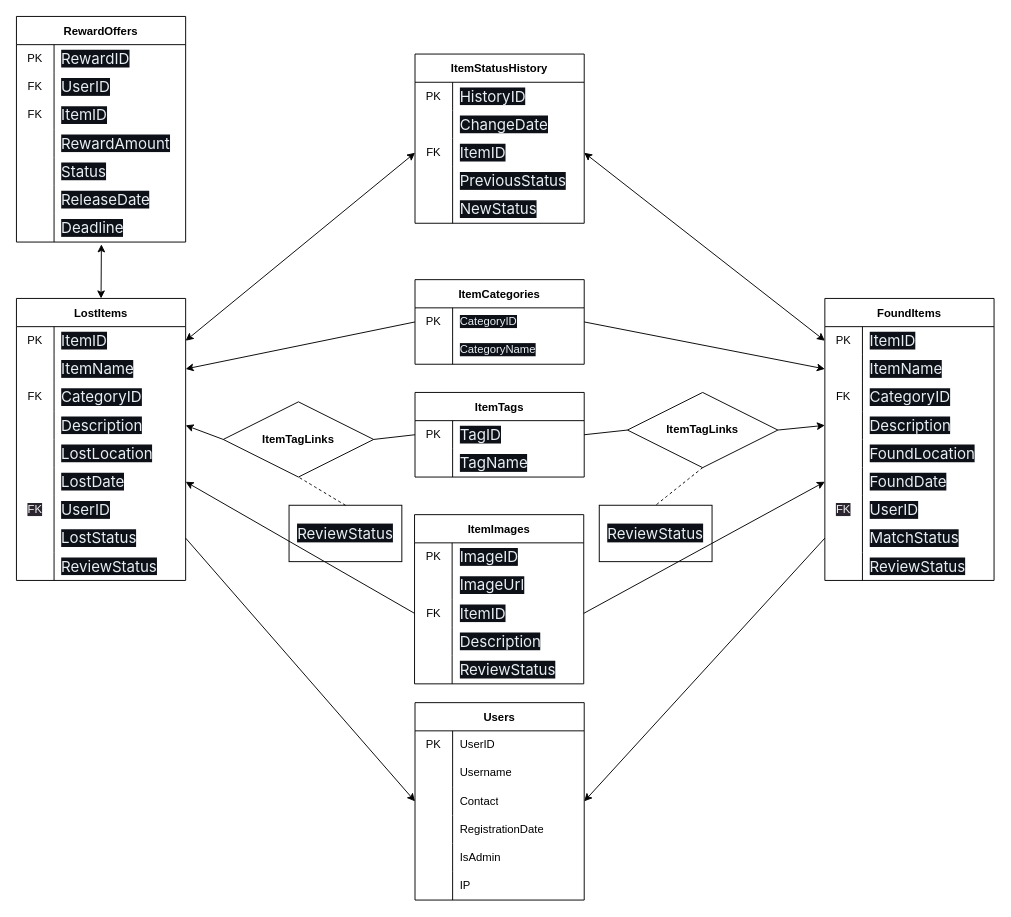
Before: page "第 1 页" (1 of 3) of Resource/drawios/lcbGroup/发布遗失、找回物品er图.drawio in LucasFrancis23213/DatabaseCourseDesign, a draw.io diagram. Source tidied: cells renumbered, new cells numbered last; positions are measured from the earlier drawing's top-left corner, leaving out a move shared by most shapes. Both pictures are drawn from the tidied source at 94%, with x=0, y=0 at pixel (16, 16).
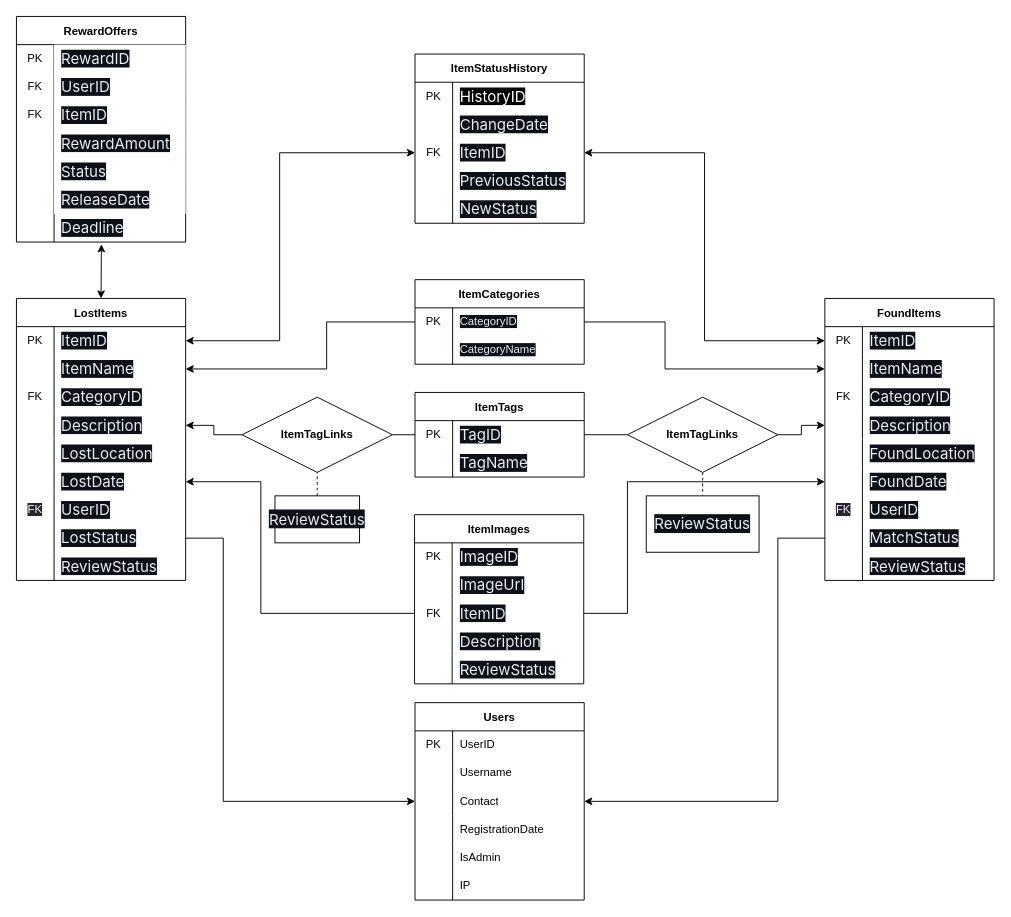
Above is the later version.

Unchanged cells that the change refers to:
```xml
<mxCell id="9" style="shape=tableRow;horizontal=0;startSize=0;swimlaneHead=0;swimlaneBody=0;top=0;left=0;bottom=0;right=0;fillColor=none;points=[[0,0.5],[1,0.5]];portConstraint=eastwest;" parent="2" vertex="1">
  <mxGeometry y="90" width="180" height="30" as="geometry" />
</mxCell>
<mxCell id="22" style="shape=tableRow;horizontal=0;startSize=0;swimlaneHead=0;swimlaneBody=0;top=0;left=0;bottom=0;right=0;fillColor=none;points=[[0,0.5],[1,0.5]];portConstraint=eastwest;" parent="21" vertex="1">
  <mxGeometry y="30" width="180" height="30" as="geometry" />
</mxCell>
<mxCell id="25" style="shape=tableRow;horizontal=0;startSize=0;swimlaneHead=0;swimlaneBody=0;top=0;left=0;bottom=0;right=0;fillColor=none;points=[[0,0.5],[1,0.5]];portConstraint=eastwest;" parent="21" vertex="1">
  <mxGeometry y="60" width="180" height="30" as="geometry" />
</mxCell>
<mxCell id="31" style="shape=tableRow;horizontal=0;startSize=0;swimlaneHead=0;swimlaneBody=0;top=0;left=0;bottom=0;right=0;fillColor=none;points=[[0,0.5],[1,0.5]];portConstraint=eastwest;" parent="21" vertex="1">
  <mxGeometry y="120" width="180" height="30" as="geometry" />
</mxCell>
<mxCell id="37" style="shape=tableRow;horizontal=0;startSize=0;swimlaneHead=0;swimlaneBody=0;top=0;left=0;bottom=0;right=0;fillColor=none;points=[[0,0.5],[1,0.5]];portConstraint=eastwest;" parent="21" vertex="1">
  <mxGeometry y="180" width="180" height="30" as="geometry" />
</mxCell>
<mxCell id="43" style="shape=tableRow;horizontal=0;startSize=0;swimlaneHead=0;swimlaneBody=0;top=0;left=0;bottom=0;right=0;fillColor=none;points=[[0,0.5],[1,0.5]];portConstraint=eastwest;" parent="21" vertex="1">
  <mxGeometry y="240" width="180" height="30" as="geometry" />
</mxCell>
<mxCell id="50" style="shape=tableRow;horizontal=0;startSize=0;swimlaneHead=0;swimlaneBody=0;top=0;left=0;bottom=0;right=0;fillColor=none;points=[[0,0.5],[1,0.5]];portConstraint=eastwest;" parent="49" vertex="1">
  <mxGeometry y="30" width="180" height="30" as="geometry" />
</mxCell>
<mxCell id="57" style="shape=tableRow;horizontal=0;startSize=0;swimlaneHead=0;swimlaneBody=0;top=0;left=0;bottom=0;right=0;fillColor=none;points=[[0,0.5],[1,0.5]];portConstraint=eastwest;" parent="56" vertex="1">
  <mxGeometry y="30" width="180" height="30" as="geometry" />
</mxCell>
<mxCell id="60" style="shape=tableRow;horizontal=0;startSize=0;swimlaneHead=0;swimlaneBody=0;top=0;left=0;bottom=0;right=0;fillColor=none;points=[[0,0.5],[1,0.5]];portConstraint=eastwest;" parent="56" vertex="1">
  <mxGeometry y="60" width="180" height="30" as="geometry" />
</mxCell>
<mxCell id="66" style="shape=tableRow;horizontal=0;startSize=0;swimlaneHead=0;swimlaneBody=0;top=0;left=0;bottom=0;right=0;fillColor=none;points=[[0,0.5],[1,0.5]];portConstraint=eastwest;" parent="56" vertex="1">
  <mxGeometry y="120" width="180" height="30" as="geometry" />
</mxCell>
<mxCell id="72" style="shape=tableRow;horizontal=0;startSize=0;swimlaneHead=0;swimlaneBody=0;top=0;left=0;bottom=0;right=0;fillColor=none;points=[[0,0.5],[1,0.5]];portConstraint=eastwest;" parent="56" vertex="1">
  <mxGeometry y="180" width="180" height="30" as="geometry" />
</mxCell>
<mxCell id="78" style="shape=tableRow;horizontal=0;startSize=0;swimlaneHead=0;swimlaneBody=0;top=0;left=0;bottom=0;right=0;fillColor=none;points=[[0,0.5],[1,0.5]];portConstraint=eastwest;" parent="56" vertex="1">
  <mxGeometry y="240" width="180" height="30" as="geometry" />
</mxCell>
<mxCell id="91" style="shape=tableRow;horizontal=0;startSize=0;swimlaneHead=0;swimlaneBody=0;top=0;left=0;bottom=0;right=0;fillColor=none;points=[[0,0.5],[1,0.5]];portConstraint=eastwest;" parent="84" vertex="1">
  <mxGeometry y="90" width="180" height="30" as="geometry" />
</mxCell>
<mxCell id="108" style="shape=tableRow;horizontal=0;startSize=0;swimlaneHead=0;swimlaneBody=0;top=0;left=0;bottom=0;right=0;fillColor=none;" parent="107" vertex="1">
  <mxGeometry y="30" width="180" height="30" as="geometry" />
</mxCell>
<mxCell id="114" style="shape=tableRow;horizontal=0;startSize=0;swimlaneHead=0;swimlaneBody=0;top=0;left=0;bottom=0;right=0;fillColor=none;points=[[0,0.5],[1,0.5]];portConstraint=eastwest;" parent="107" vertex="1">
  <mxGeometry y="90" width="180" height="30" as="geometry" />
</mxCell>
<mxCell id="124" style="shape=tableRow;horizontal=0;startSize=0;swimlaneHead=0;swimlaneBody=0;top=0;left=0;bottom=0;right=0;fillColor=none;" parent="123" vertex="1">
  <mxGeometry y="30" width="180" height="30" as="geometry" />
</mxCell>
<mxCell id="127" style="shape=tableRow;horizontal=0;startSize=0;swimlaneHead=0;swimlaneBody=0;top=0;left=0;bottom=0;right=0;fillColor=none;" parent="123" vertex="1">
  <mxGeometry y="60" width="180" height="30" as="geometry" />
</mxCell>
<mxCell id="130" style="shape=tableRow;horizontal=0;startSize=0;swimlaneHead=0;swimlaneBody=0;top=0;left=0;bottom=0;right=0;fillColor=none;" parent="123" vertex="1">
  <mxGeometry y="90" width="180" height="30" as="geometry" />
</mxCell>
<mxCell id="133" style="shape=tableRow;horizontal=0;startSize=0;swimlaneHead=0;swimlaneBody=0;top=0;left=0;bottom=0;right=0;fillColor=none;" parent="123" vertex="1">
  <mxGeometry y="120" width="180" height="30" as="geometry" />
</mxCell>
<mxCell id="136" style="shape=tableRow;horizontal=0;startSize=0;swimlaneHead=0;swimlaneBody=0;top=0;left=0;bottom=0;right=0;fillColor=none;" parent="123" vertex="1">
  <mxGeometry y="150" width="180" height="30" as="geometry" />
</mxCell>
<mxCell id="139" style="shape=tableRow;horizontal=0;startSize=0;swimlaneHead=0;swimlaneBody=0;top=0;left=0;bottom=0;right=0;fillColor=none;" parent="123" vertex="1">
  <mxGeometry y="180" width="180" height="30" as="geometry" />
</mxCell>
```

Diff of the diagram source:
```diff
@@
-    <mxCell id="110" value="&lt;span style=&quot;color: rgb(230, 237, 243); font-family: -apple-system, BlinkMacSystemFont, &amp;quot;Segoe UI&amp;quot;, &amp;quot;Noto Sans&amp;quot;, Helvetica, Arial, sans-serif, &amp;quot;Apple Color Emoji&amp;quot;, &amp;quot;Segoe UI Emoji&amp;quot;; font-size: 16px; background-color: rgb(13, 17, 23);&quot;&gt;HistoryID&lt;/span&gt;" style="shape=partialRectangle;html=1;whiteSpace=wrap;fillColor=none;top=0;left=0;bottom=0;right=0;align=left;spacingLeft=6;overflow=hidden;" parent="108" vertex="1">
+    <mxCell id="110" value="&lt;span style=&quot;font-family: -apple-system, BlinkMacSystemFont, &amp;quot;Segoe UI&amp;quot;, &amp;quot;Noto Sans&amp;quot;, Helvetica, Arial, sans-serif, &amp;quot;Apple Color Emoji&amp;quot;, &amp;quot;Segoe UI Emoji&amp;quot;; font-size: 16px; background-color: rgb(0, 0, 0);&quot;&gt;&lt;font color=&quot;#ffffff&quot;&gt;HistoryID&lt;/font&gt;&lt;/span&gt;" style="shape=partialRectangle;html=1;whiteSpace=wrap;fillColor=none;top=0;left=0;bottom=0;right=0;align=left;spacingLeft=6;overflow=hidden;" parent="108" vertex="1">
       <mxGeometry x="40" width="140" height="30" as="geometry" />
     </mxCell>
@@
-    <mxCell id="126" value="&lt;span style=&quot;color: rgb(230, 237, 243); font-family: -apple-system, BlinkMacSystemFont, &amp;quot;Segoe UI&amp;quot;, &amp;quot;Noto Sans&amp;quot;, Helvetica, Arial, sans-serif, &amp;quot;Apple Color Emoji&amp;quot;, &amp;quot;Segoe UI Emoji&amp;quot;; font-size: 16px; background-color: rgb(13, 17, 23);&quot;&gt;RewardID&lt;/span&gt;" style="shape=partialRectangle;html=1;whiteSpace=wrap;fillColor=none;top=0;left=0;bottom=0;right=0;align=left;spacingLeft=6;overflow=hidden;" parent="124" vertex="1">
+    <mxCell id="126" value="&lt;span style=&quot;color: rgb(230, 237, 243); font-family: -apple-system, BlinkMacSystemFont, &amp;quot;Segoe UI&amp;quot;, &amp;quot;Noto Sans&amp;quot;, Helvetica, Arial, sans-serif, &amp;quot;Apple Color Emoji&amp;quot;, &amp;quot;Segoe UI Emoji&amp;quot;; font-size: 16px; background-color: rgb(13, 17, 23);&quot;&gt;RewardID&lt;/span&gt;" style="shape=partialRectangle;html=1;whiteSpace=wrap;fillColor=default;top=0;left=0;bottom=0;right=0;align=left;spacingLeft=6;overflow=hidden;" parent="124" vertex="1">
       <mxGeometry x="40" width="140" height="30" as="geometry" />
     </mxCell>
@@
-    <mxCell id="129" value="&lt;span style=&quot;color: rgb(230, 237, 243); font-family: -apple-system, BlinkMacSystemFont, &amp;quot;Segoe UI&amp;quot;, &amp;quot;Noto Sans&amp;quot;, Helvetica, Arial, sans-serif, &amp;quot;Apple Color Emoji&amp;quot;, &amp;quot;Segoe UI Emoji&amp;quot;; font-size: 16px; background-color: rgb(13, 17, 23);&quot;&gt;UserID&lt;/span&gt;" style="shape=partialRectangle;html=1;whiteSpace=wrap;fillColor=none;top=0;left=0;bottom=0;right=0;align=left;spacingLeft=6;overflow=hidden;" parent="127" vertex="1">
+    <mxCell id="129" value="&lt;span style=&quot;color: rgb(230, 237, 243); font-family: -apple-system, BlinkMacSystemFont, &amp;quot;Segoe UI&amp;quot;, &amp;quot;Noto Sans&amp;quot;, Helvetica, Arial, sans-serif, &amp;quot;Apple Color Emoji&amp;quot;, &amp;quot;Segoe UI Emoji&amp;quot;; font-size: 16px; background-color: rgb(13, 17, 23);&quot;&gt;UserID&lt;/span&gt;" style="shape=partialRectangle;html=1;whiteSpace=wrap;fillColor=default;top=0;left=0;bottom=0;right=0;align=left;spacingLeft=6;overflow=hidden;" parent="127" vertex="1">
       <mxGeometry x="40" width="140" height="30" as="geometry" />
     </mxCell>
@@
-    <mxCell id="132" value="&lt;span style=&quot;color: rgb(230, 237, 243); font-family: -apple-system, BlinkMacSystemFont, &amp;quot;Segoe UI&amp;quot;, &amp;quot;Noto Sans&amp;quot;, Helvetica, Arial, sans-serif, &amp;quot;Apple Color Emoji&amp;quot;, &amp;quot;Segoe UI Emoji&amp;quot;; font-size: 16px; background-color: rgb(13, 17, 23);&quot;&gt;ItemID&lt;/span&gt;" style="shape=partialRectangle;html=1;whiteSpace=wrap;fillColor=none;top=0;left=0;bottom=0;right=0;align=left;spacingLeft=6;overflow=hidden;" parent="130" vertex="1">
+    <mxCell id="132" value="&lt;span style=&quot;color: rgb(230, 237, 243); font-family: -apple-system, BlinkMacSystemFont, &amp;quot;Segoe UI&amp;quot;, &amp;quot;Noto Sans&amp;quot;, Helvetica, Arial, sans-serif, &amp;quot;Apple Color Emoji&amp;quot;, &amp;quot;Segoe UI Emoji&amp;quot;; font-size: 16px; background-color: rgb(13, 17, 23);&quot;&gt;ItemID&lt;/span&gt;" style="shape=partialRectangle;html=1;whiteSpace=wrap;fillColor=default;top=0;left=0;bottom=0;right=0;align=left;spacingLeft=6;overflow=hidden;" parent="130" vertex="1">
       <mxGeometry x="40" width="140" height="30" as="geometry" />
     </mxCell>
@@
-    <mxCell id="135" value="&lt;span style=&quot;color: rgb(230, 237, 243); font-family: -apple-system, BlinkMacSystemFont, &amp;quot;Segoe UI&amp;quot;, &amp;quot;Noto Sans&amp;quot;, Helvetica, Arial, sans-serif, &amp;quot;Apple Color Emoji&amp;quot;, &amp;quot;Segoe UI Emoji&amp;quot;; font-size: 16px; background-color: rgb(13, 17, 23);&quot;&gt;RewardAmount&lt;/span&gt;" style="shape=partialRectangle;html=1;whiteSpace=wrap;fillColor=none;top=0;left=0;bottom=0;right=0;align=left;spacingLeft=6;overflow=hidden;" parent="133" vertex="1">
+    <mxCell id="135" value="&lt;span style=&quot;color: rgb(230, 237, 243); font-family: -apple-system, BlinkMacSystemFont, &amp;quot;Segoe UI&amp;quot;, &amp;quot;Noto Sans&amp;quot;, Helvetica, Arial, sans-serif, &amp;quot;Apple Color Emoji&amp;quot;, &amp;quot;Segoe UI Emoji&amp;quot;; font-size: 16px; background-color: rgb(13, 17, 23);&quot;&gt;RewardAmount&lt;/span&gt;" style="shape=partialRectangle;html=1;whiteSpace=wrap;fillColor=default;top=0;left=0;bottom=0;right=0;align=left;spacingLeft=6;overflow=hidden;" parent="133" vertex="1">
       <mxGeometry x="40" width="140" height="30" as="geometry" />
     </mxCell>
@@
-    <mxCell id="138" value="&lt;span style=&quot;color: rgb(230, 237, 243); font-family: -apple-system, BlinkMacSystemFont, &amp;quot;Segoe UI&amp;quot;, &amp;quot;Noto Sans&amp;quot;, Helvetica, Arial, sans-serif, &amp;quot;Apple Color Emoji&amp;quot;, &amp;quot;Segoe UI Emoji&amp;quot;; font-size: 16px; background-color: rgb(13, 17, 23);&quot;&gt;Status&lt;/span&gt;" style="shape=partialRectangle;html=1;whiteSpace=wrap;fillColor=none;top=0;left=0;bottom=0;right=0;align=left;spacingLeft=6;overflow=hidden;" parent="136" vertex="1">
+    <mxCell id="138" value="&lt;span style=&quot;color: rgb(230, 237, 243); font-family: -apple-system, BlinkMacSystemFont, &amp;quot;Segoe UI&amp;quot;, &amp;quot;Noto Sans&amp;quot;, Helvetica, Arial, sans-serif, &amp;quot;Apple Color Emoji&amp;quot;, &amp;quot;Segoe UI Emoji&amp;quot;; font-size: 16px; background-color: rgb(13, 17, 23);&quot;&gt;Status&lt;/span&gt;" style="shape=partialRectangle;html=1;whiteSpace=wrap;fillColor=default;top=0;left=0;bottom=0;right=0;align=left;spacingLeft=6;overflow=hidden;" parent="136" vertex="1">
       <mxGeometry x="40" width="140" height="30" as="geometry" />
     </mxCell>
@@
-    <mxCell id="141" value="&lt;span style=&quot;color: rgb(230, 237, 243); font-family: -apple-system, BlinkMacSystemFont, &amp;quot;Segoe UI&amp;quot;, &amp;quot;Noto Sans&amp;quot;, Helvetica, Arial, sans-serif, &amp;quot;Apple Color Emoji&amp;quot;, &amp;quot;Segoe UI Emoji&amp;quot;; font-size: 16px; background-color: rgb(13, 17, 23);&quot;&gt;ReleaseDate&lt;/span&gt;" style="shape=partialRectangle;html=1;whiteSpace=wrap;fillColor=none;top=0;left=0;bottom=0;right=0;align=left;spacingLeft=6;overflow=hidden;" parent="139" vertex="1">
+    <mxCell id="141" value="&lt;span style=&quot;color: rgb(230, 237, 243); font-family: -apple-system, BlinkMacSystemFont, &amp;quot;Segoe UI&amp;quot;, &amp;quot;Noto Sans&amp;quot;, Helvetica, Arial, sans-serif, &amp;quot;Apple Color Emoji&amp;quot;, &amp;quot;Segoe UI Emoji&amp;quot;; font-size: 16px; background-color: rgb(13, 17, 23);&quot;&gt;ReleaseDate&lt;/span&gt;" style="shape=partialRectangle;html=1;whiteSpace=wrap;fillColor=default;top=0;left=0;bottom=0;right=0;align=left;spacingLeft=6;overflow=hidden;" parent="139" vertex="1">
       <mxGeometry x="40" width="140" height="30" as="geometry" />
     </mxCell>
@@
     <mxCell id="145" value="&lt;span style=&quot;font-weight: 700;&quot;&gt;ItemTagLinks&lt;/span&gt;" style="rhombus;whiteSpace=wrap;html=1;fontFamily=Helvetica;fontSize=12;" parent="1" vertex="1">
-      <mxGeometry x="220" y="410" width="160" height="80" as="geometry" />
+      <mxGeometry x="240" y="405" width="160" height="80" as="geometry" />
     </mxCell>
     <mxCell id="146" value="&lt;span style=&quot;font-weight: 700;&quot;&gt;ItemTagLinks&lt;/span&gt;" style="rhombus;whiteSpace=wrap;html=1;fontFamily=Helvetica;fontSize=12;" parent="1" vertex="1">
-      <mxGeometry x="650" y="400" width="160" height="80" as="geometry" />
+      <mxGeometry x="650" y="405" width="160" height="80" as="geometry" />
     </mxCell>
@@
     <mxCell id="148" value="&lt;span style=&quot;color: rgb(230, 237, 243); font-family: -apple-system, BlinkMacSystemFont, &amp;quot;Segoe UI&amp;quot;, &amp;quot;Noto Sans&amp;quot;, Helvetica, Arial, sans-serif, &amp;quot;Apple Color Emoji&amp;quot;, &amp;quot;Segoe UI Emoji&amp;quot;; font-size: 16px; text-align: left; background-color: rgb(13, 17, 23);&quot;&gt;ReviewStatus&lt;/span&gt;" style="rounded=0;whiteSpace=wrap;html=1;fontFamily=Helvetica;fontSize=12;" parent="1" vertex="1">
-      <mxGeometry x="620" y="520" width="120" height="60" as="geometry" />
+      <mxGeometry x="670" y="510" width="120" height="60" as="geometry" />
     </mxCell>
@@
     <mxCell id="150" value="&lt;span style=&quot;color: rgb(230, 237, 243); font-family: -apple-system, BlinkMacSystemFont, &amp;quot;Segoe UI&amp;quot;, &amp;quot;Noto Sans&amp;quot;, Helvetica, Arial, sans-serif, &amp;quot;Apple Color Emoji&amp;quot;, &amp;quot;Segoe UI Emoji&amp;quot;; font-size: 16px; text-align: left; background-color: rgb(13, 17, 23);&quot;&gt;ReviewStatus&lt;/span&gt;" style="rounded=0;whiteSpace=wrap;html=1;fontFamily=Helvetica;fontSize=12;" parent="1" vertex="1">
-      <mxGeometry x="290" y="520" width="120" height="60" as="geometry" />
+      <mxGeometry x="275" y="510" width="90" height="50" as="geometry" />
     </mxCell>
@@
-    <mxCell id="152" style="endArrow=classic;startArrow=classic;html=1;fontFamily=Helvetica;fontSize=12;entryX=0;entryY=0.5;entryDx=0;entryDy=0;exitX=1;exitY=0.5;exitDx=0;exitDy=0;" parent="1" edge="1" source="22" target="114">
-      <mxGeometry relative="1" as="geometry" />
+    <mxCell id="152" style="endArrow=classic;startArrow=classic;html=1;fontFamily=Helvetica;fontSize=12;entryX=0;entryY=0.5;entryDx=0;entryDy=0;exitX=1;exitY=0.5;exitDx=0;exitDy=0;edgeStyle=orthogonalEdgeStyle;rounded=0;curved=0;" parent="1" edge="1" source="22" target="114">
+      <mxGeometry relative="1" as="geometry">
+        <Array as="points">
+          <mxPoint x="280" y="345" />
+          <mxPoint x="280" y="145" />
+        </Array>
+      </mxGeometry>
     </mxCell>
-    <mxCell id="153" style="endArrow=classic;startArrow=classic;html=1;fontFamily=Helvetica;fontSize=12;entryX=1;entryY=0.5;entryDx=0;entryDy=0;exitX=0;exitY=0.5;exitDx=0;exitDy=0;" parent="1" edge="1" source="57" target="114">
+    <mxCell id="153" style="endArrow=classic;startArrow=classic;html=1;fontFamily=Helvetica;fontSize=12;entryX=1;entryY=0.5;entryDx=0;entryDy=0;exitX=0;exitY=0.5;exitDx=0;exitDy=0;rounded=0;edgeStyle=orthogonalEdgeStyle;" parent="1" edge="1" source="57" target="114">
       <mxGeometry relative="1" as="geometry" />
     </mxCell>
-    <mxCell id="154" style="endArrow=classic;html=1;fontFamily=Helvetica;fontSize=12;entryX=1;entryY=0.5;entryDx=0;entryDy=0;exitX=0;exitY=0.5;exitDx=0;exitDy=0;" parent="1" edge="1" source="50" target="25">
-      <mxGeometry relative="1" as="geometry" />
+    <mxCell id="154" style="endArrow=classic;html=1;fontFamily=Helvetica;fontSize=12;entryX=1;entryY=0.5;entryDx=0;entryDy=0;exitX=0;exitY=0.5;exitDx=0;exitDy=0;edgeStyle=orthogonalEdgeStyle;rounded=0;curved=0;" parent="1" edge="1" source="50" target="25">
+      <mxGeometry relative="1" as="geometry">
+        <Array as="points">
+          <mxPoint x="330" y="325" />
+          <mxPoint x="330" y="375" />
+        </Array>
+      </mxGeometry>
     </mxCell>
-    <mxCell id="155" style="endArrow=classic;html=1;fontFamily=Helvetica;fontSize=12;entryX=0;entryY=0.5;entryDx=0;entryDy=0;exitX=1;exitY=0.5;exitDx=0;exitDy=0;" parent="1" edge="1" source="50" target="60">
-      <mxGeometry relative="1" as="geometry" />
+    <mxCell id="155" style="endArrow=classic;html=1;fontFamily=Helvetica;fontSize=12;entryX=0;entryY=0.5;entryDx=0;entryDy=0;exitX=1;exitY=0.5;exitDx=0;exitDy=0;rounded=0;edgeStyle=orthogonalEdgeStyle;" parent="1" edge="1" source="50" target="60">
+      <mxGeometry relative="1" as="geometry">
+        <Array as="points">
+          <mxPoint x="690" y="325" />
+          <mxPoint x="690" y="375" />
+        </Array>
+      </mxGeometry>
     </mxCell>
-    <mxCell id="156" style="endArrow=classic;html=1;fontFamily=Helvetica;fontSize=12;exitX=1;exitY=0.5;exitDx=0;exitDy=0;entryX=0;entryY=0.5;entryDx=0;entryDy=0;" parent="1" edge="1" source="146" target="66">
+    <mxCell id="156" style="endArrow=classic;html=1;fontFamily=Helvetica;fontSize=12;exitX=1;exitY=0.5;exitDx=0;exitDy=0;entryX=0;entryY=0.5;entryDx=0;entryDy=0;edgeStyle=orthogonalEdgeStyle;rounded=0;curved=0;" parent="1" edge="1" source="146" target="66">
       <mxGeometry relative="1" as="geometry" />
     </mxCell>
@@
-    <mxCell id="159" style="endArrow=classic;html=1;fontFamily=Helvetica;fontSize=12;entryX=1;entryY=0.5;entryDx=0;entryDy=0;exitX=0;exitY=0.5;exitDx=0;exitDy=0;" parent="1" edge="1" source="145" target="31">
+    <mxCell id="159" style="endArrow=classic;html=1;fontFamily=Helvetica;fontSize=12;entryX=1;entryY=0.5;entryDx=0;entryDy=0;exitX=0;exitY=0.5;exitDx=0;exitDy=0;rounded=0;edgeStyle=orthogonalEdgeStyle;" parent="1" edge="1" source="145" target="31">
       <mxGeometry relative="1" as="geometry" />
     </mxCell>
-    <mxCell id="160" style="endArrow=classic;html=1;fontFamily=Helvetica;fontSize=12;entryX=1;entryY=0.5;entryDx=0;entryDy=0;exitX=0;exitY=0.5;exitDx=0;exitDy=0;" parent="1" edge="1" source="91" target="37">
-      <mxGeometry relative="1" as="geometry" />
+    <mxCell id="160" style="endArrow=classic;html=1;fontFamily=Helvetica;fontSize=12;entryX=1;entryY=0.5;entryDx=0;entryDy=0;exitX=0;exitY=0.5;exitDx=0;exitDy=0;edgeStyle=orthogonalEdgeStyle;rounded=0;curved=0;" parent="1" edge="1" source="91" target="37">
+      <mxGeometry relative="1" as="geometry">
+        <Array as="points">
+          <mxPoint x="260" y="635" />
+          <mxPoint x="260" y="495" />
+        </Array>
+      </mxGeometry>
     </mxCell>
-    <mxCell id="161" style="endArrow=classic;html=1;fontFamily=Helvetica;fontSize=12;entryX=0;entryY=0.5;entryDx=0;entryDy=0;exitX=1;exitY=0.5;exitDx=0;exitDy=0;" parent="1" edge="1" source="91" target="72">
-      <mxGeometry relative="1" as="geometry" />
+    <mxCell id="161" style="endArrow=classic;html=1;fontFamily=Helvetica;fontSize=12;entryX=0;entryY=0.5;entryDx=0;entryDy=0;exitX=1;exitY=0.5;exitDx=0;exitDy=0;rounded=0;edgeStyle=orthogonalEdgeStyle;" parent="1" edge="1" source="91" target="72">
+      <mxGeometry relative="1" as="geometry">
+        <Array as="points">
+          <mxPoint x="650" y="635" />
+          <mxPoint x="650" y="495" />
+        </Array>
+      </mxGeometry>
     </mxCell>
-    <mxCell id="162" style="endArrow=classic;html=1;fontFamily=Helvetica;fontSize=12;exitX=1;exitY=0.5;exitDx=0;exitDy=0;entryX=0;entryY=0.5;entryDx=0;entryDy=0;" parent="1" edge="1" source="43" target="9">
-      <mxGeometry relative="1" as="geometry" />
+    <mxCell id="162" style="endArrow=classic;html=1;fontFamily=Helvetica;fontSize=12;exitX=1;exitY=0.5;exitDx=0;exitDy=0;entryX=0;entryY=0.5;entryDx=0;entryDy=0;rounded=0;edgeStyle=orthogonalEdgeStyle;" parent="1" edge="1" source="43" target="9">
+      <mxGeometry relative="1" as="geometry">
+        <Array as="points">
+          <mxPoint x="220" y="555" />
+          <mxPoint x="220" y="835" />
+        </Array>
+      </mxGeometry>
     </mxCell>
-    <mxCell id="163" style="endArrow=classic;html=1;fontFamily=Helvetica;fontSize=12;exitX=0;exitY=0.5;exitDx=0;exitDy=0;entryX=1;entryY=0.5;entryDx=0;entryDy=0;" parent="1" edge="1" source="78" target="9">
-      <mxGeometry relative="1" as="geometry" />
+    <mxCell id="163" style="endArrow=classic;html=1;fontFamily=Helvetica;fontSize=12;exitX=0;exitY=0.5;exitDx=0;exitDy=0;entryX=1;entryY=0.5;entryDx=0;entryDy=0;rounded=0;edgeStyle=orthogonalEdgeStyle;" parent="1" edge="1" source="78" target="9">
+      <mxGeometry relative="1" as="geometry">
+        <Array as="points">
+          <mxPoint x="810" y="555" />
+          <mxPoint x="810" y="835" />
+        </Array>
+      </mxGeometry>
     </mxCell>
```
